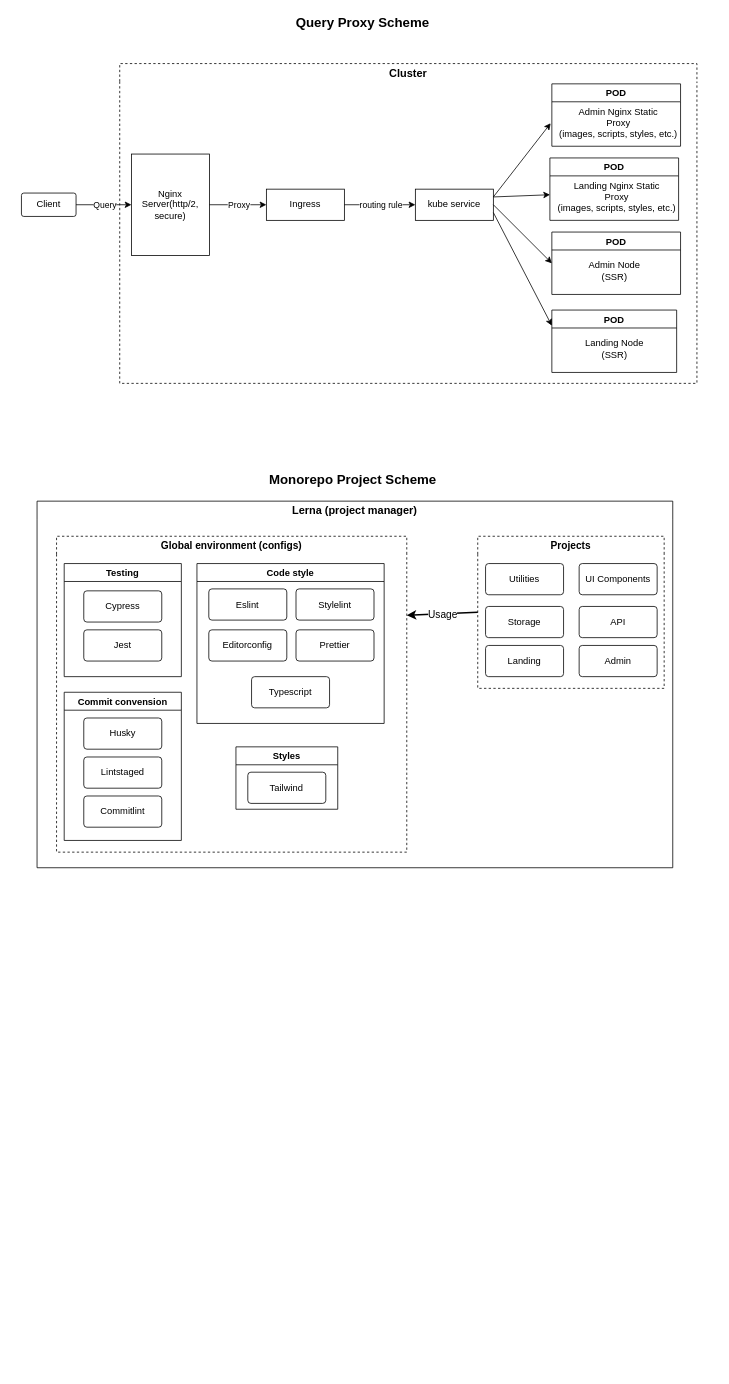
Above: packages/Untitled Diagram.drawio in Hooked74/test-lerna (draw.io), before the change. Source tidied: cells renumbered, new cells numbered last; positions are measured from the earlier drawing's top-left corner, leaving out a move shared by most shapes. Both pictures are drawn from the tidied source at 78%, with x=0, y=0 at pixel (13, 13).
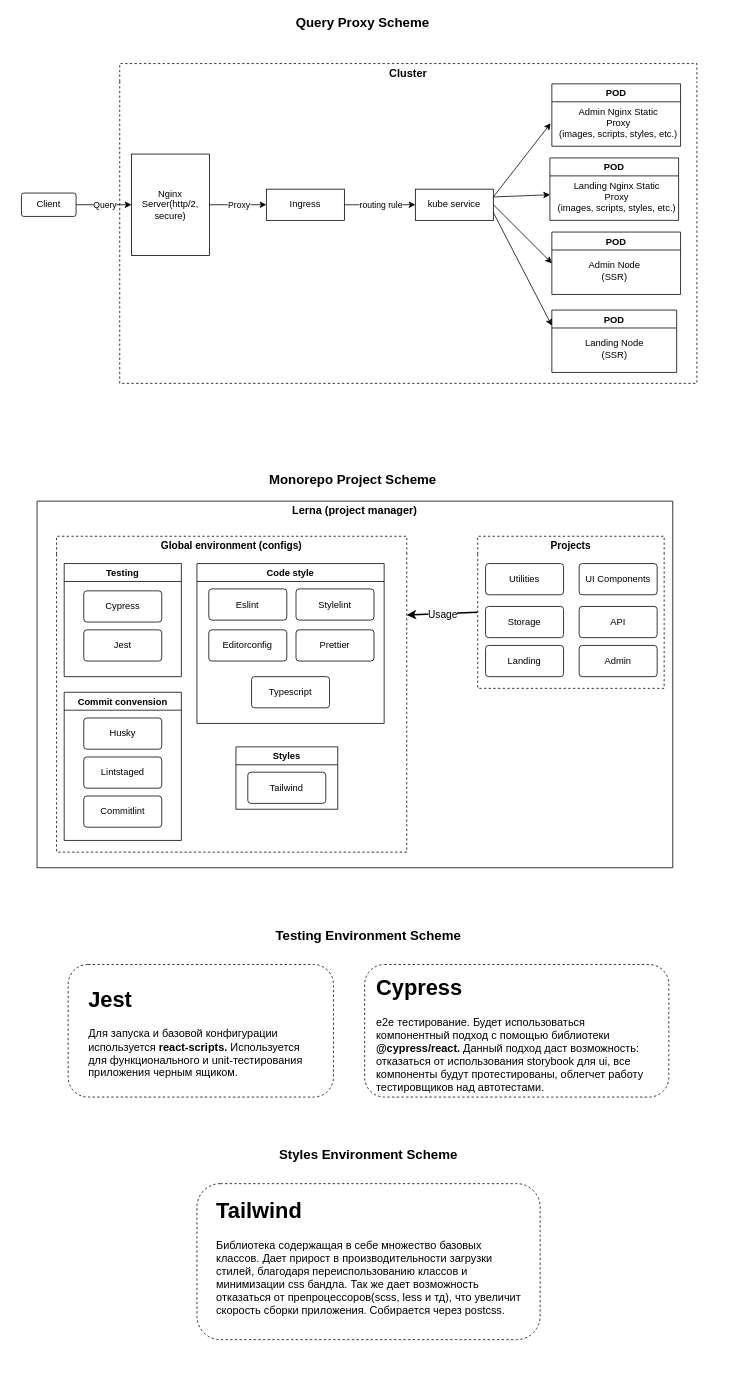
Above is the later version.

Unchanged cells that the change refers to:
```xml
<mxCell id="27" value="Lerna (project manager)" style="swimlane;shadow=0;glass=0;sketch=0;fontSize=14;strokeColor=default;fillColor=none;swimlaneLine=0;" parent="26" vertex="1">
  <mxGeometry x="30" y="40" width="815" height="470" as="geometry" />
</mxCell>
<mxCell id="28" value="Global environment (configs)" style="swimlane;shadow=0;glass=0;sketch=0;fontSize=13;strokeColor=default;fillColor=none;dashed=1;swimlaneLine=0;" parent="27" vertex="1">
  <mxGeometry x="25" y="45" width="449" height="405" as="geometry" />
</mxCell>
<mxCell id="44" value="Projects" style="swimlane;shadow=0;glass=0;sketch=0;fontSize=13;strokeColor=default;fillColor=none;swimlaneLine=0;dashed=1;" parent="27" vertex="1">
  <mxGeometry x="565" y="45" width="239" height="195" as="geometry" />
</mxCell>
```

The edit, as a diff of the source:
```diff
@@
-    <mxCell id="51" style="endArrow=classic;html=1;fontSize=14;strokeWidth=2;exitX=0;exitY=0.5;exitDx=0;exitDy=0;entryX=1;entryY=0.25;entryDx=0;entryDy=0;" parent="27" edge="1" source="44" target="28">
-      <mxGeometry relative="1" as="geometry" />
+    <mxCell id="51" style="endArrow=classic;html=1;fontSize=14;strokeWidth=2;exitX=0;exitY=0.5;exitDx=0;exitDy=0;" parent="27" edge="1" source="44">
+      <mxGeometry relative="1" as="geometry">
+        <mxPoint x="474" y="146" as="targetPoint" />
+      </mxGeometry>
     </mxCell>
@@
+    <mxCell id="53" value="Testing Environment Scheme" style="swimlane;shadow=0;glass=0;dashed=1;sketch=0;fontSize=17;strokeColor=none;fillColor=none;" parent="1" vertex="1">
+      <mxGeometry x="40" y="1169" width="830" height="241" as="geometry" />
+    </mxCell>
+    <mxCell id="54" value="&lt;h1&gt;Jest&lt;/h1&gt;&lt;p&gt;Для запуска и базовой конфигурации используется &lt;b&gt;react-scripts. &lt;/b&gt;Используется для функционального и unit-тестирования приложения черным ящиком.&lt;/p&gt;" style="text;html=1;strokeColor=none;fillColor=none;spacing=5;spacingTop=-20;whiteSpace=wrap;overflow=hidden;rounded=0;shadow=0;glass=0;dashed=1;sketch=0;fontSize=14;" parent="53" vertex="1">
+      <mxGeometry x="51.3" y="70" width="297.3" height="140.9" as="geometry" />
+    </mxCell>
+    <mxCell id="55" style="rounded=1;whiteSpace=wrap;html=1;shadow=0;glass=0;dashed=1;sketch=0;fontSize=14;strokeColor=default;fillColor=none;" parent="53" vertex="1">
+      <mxGeometry x="29.9" y="50" width="340.1" height="170" as="geometry" />
+    </mxCell>
+    <mxCell id="56" style="rounded=1;whiteSpace=wrap;html=1;shadow=0;glass=0;dashed=1;sketch=0;fontSize=14;strokeColor=default;fillColor=none;" parent="53" vertex="1">
+      <mxGeometry x="410" y="50" width="390" height="170" as="geometry" />
+    </mxCell>
+    <mxCell id="57" value="&lt;h1&gt;Cypress&lt;/h1&gt;&lt;p&gt;e2e тестирование. Будет использоваться компонентный подход с помощью библиотеки &lt;b&gt;@cypress/react. &lt;/b&gt;Данный подход даст возможность: отказаться от использования storybook для ui, все компоненты будут протестированы, облегчет работу тестировщиков над автотестами.&lt;/p&gt;" style="text;html=1;strokeColor=none;fillColor=none;spacing=5;spacingTop=-20;whiteSpace=wrap;overflow=hidden;rounded=0;shadow=0;glass=0;dashed=1;sketch=0;fontSize=14;" parent="53" vertex="1">
+      <mxGeometry x="420" y="55" width="370" height="160" as="geometry" />
+    </mxCell>
+    <mxCell id="58" value="Styles Environment Scheme" style="swimlane;shadow=0;glass=0;dashed=1;sketch=0;fontSize=17;strokeColor=none;fillColor=none;" parent="1" vertex="1">
+      <mxGeometry x="170" y="1450" width="570" height="290" as="geometry" />
+    </mxCell>
+    <mxCell id="59" style="rounded=1;whiteSpace=wrap;html=1;shadow=0;glass=0;dashed=1;sketch=0;fontSize=17;strokeColor=default;fillColor=none;" parent="58" vertex="1">
+      <mxGeometry x="65" y="50" width="440" height="200" as="geometry" />
+    </mxCell>
+    <mxCell id="60" value="&lt;h1 style=&quot;font-size: 28px&quot;&gt;Tailwind&lt;/h1&gt;&lt;p style=&quot;font-size: 14px&quot;&gt;Библиотека содержащая в себе множество базовых классов. Дает прирост в производительности загрузки стилей, благодаря переиспользованию классов и минимизации css бандла. Так же дает возможность отказаться от препроцессоров(scss, less и тд), что увеличит скорость сборки приложения. Собирается через postcss.&lt;/p&gt;" style="text;html=1;strokeColor=none;fillColor=none;spacing=5;spacingTop=-20;whiteSpace=wrap;overflow=hidden;rounded=0;shadow=0;glass=0;dashed=1;sketch=0;fontSize=17;" parent="58" vertex="1">
+      <mxGeometry x="85" y="60" width="400" height="180" as="geometry" />
+    </mxCell>
```
